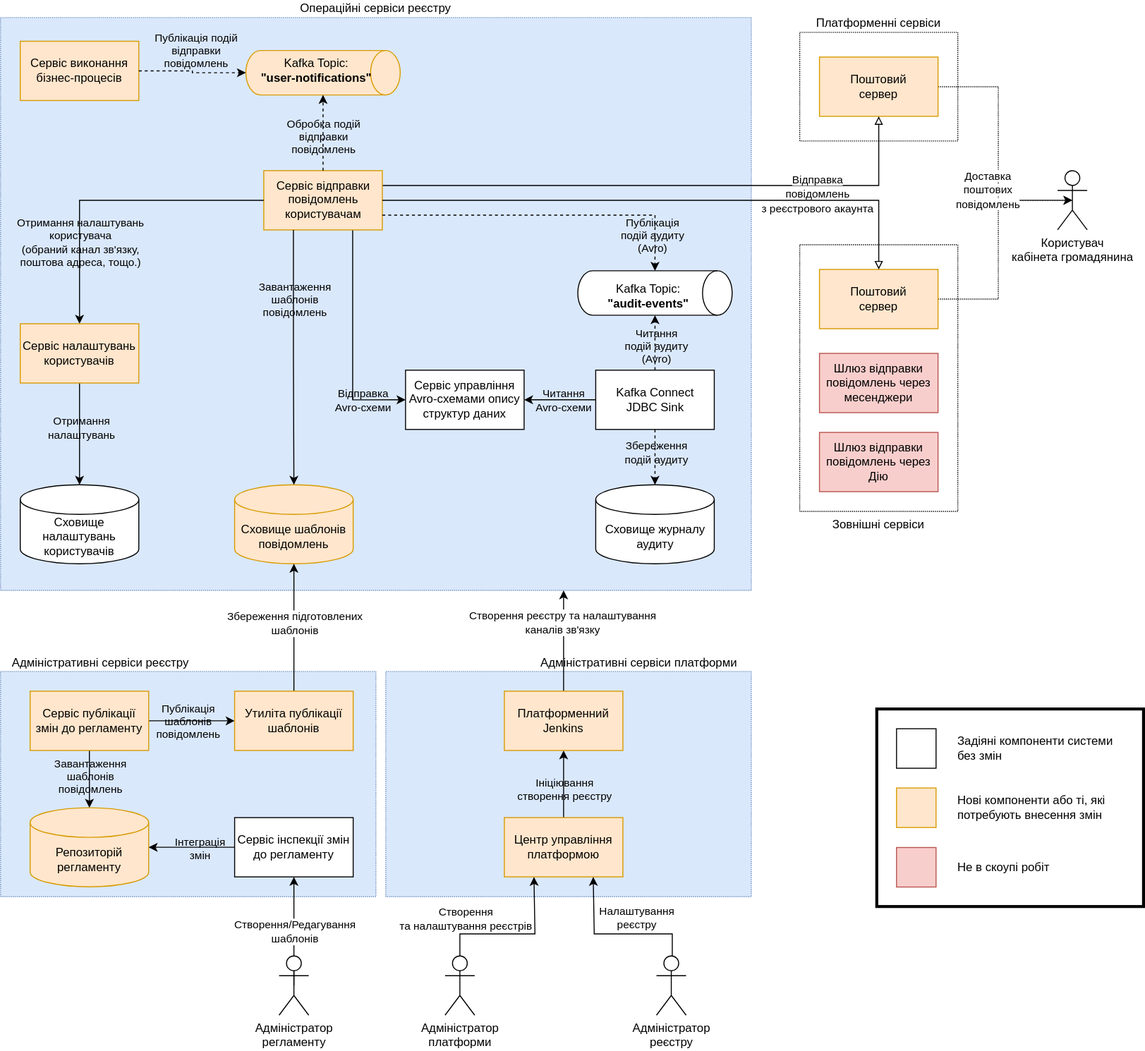
Before: modules/tech/images/lowcode/notifications/notifications-design.svg, a diagram exported from draw.io (epam/edp-ddm-architecture). Source tidied: cells renumbered, new cells last; positions are measured from the earlier drawing's top-left corner, leaving out a move shared by most shapes.
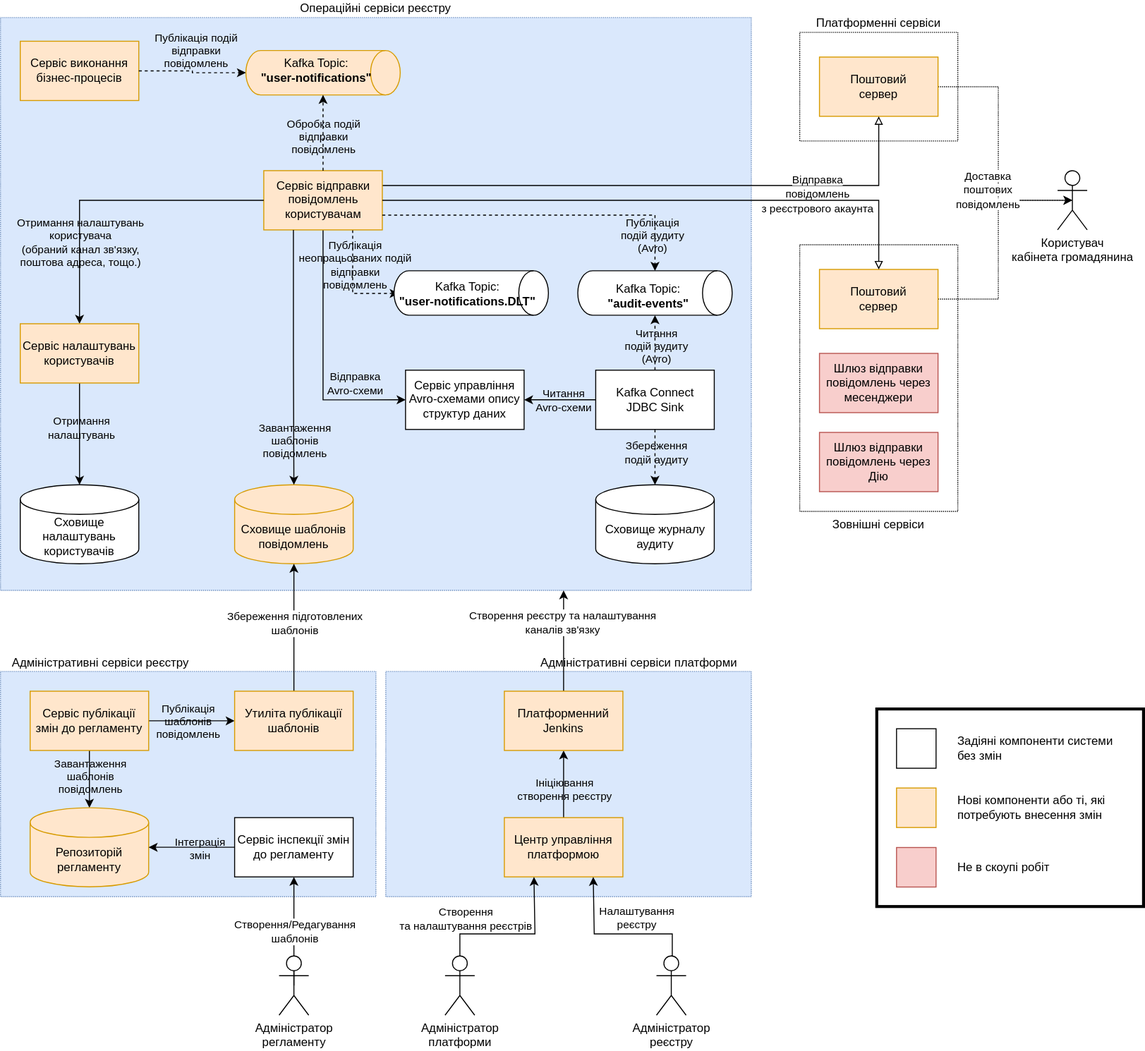
After the commit.

Commit message:
[MDTUDDM-12263] User notifications tech design

The edit, as a diff of the source:
```diff
@@ -22,14 +22,20 @@
     <mxCell id="6" style="edgeStyle=orthogonalEdgeStyle;rounded=0;jettySize=auto;html=1;exitX=1;exitY=0.25;exitDx=0;exitDy=0;endArrow=block;endFill=0;" parent="1" edge="1" source="9" target="5">
       <mxGeometry relative="1" as="geometry" />
     </mxCell>
-    <mxCell id="7" style="edgeStyle=orthogonalEdgeStyle;rounded=0;jettySize=auto;html=1;entryX=0;entryY=0.5;entryDx=0;entryDy=0;exitX=0.75;exitY=1;exitDx=0;exitDy=0;" parent="1" edge="1" source="9" target="74">
+    <mxCell id="7" style="edgeStyle=orthogonalEdgeStyle;rounded=0;jettySize=auto;html=1;entryX=0;entryY=0.5;entryDx=0;entryDy=0;exitX=0.5;exitY=1;exitDx=0;exitDy=0;" parent="1" edge="1" source="9" target="74">
       <mxGeometry relative="1" as="geometry" />
     </mxCell>
     <mxCell id="8" value="Відправка &lt;br&gt;Avro-схеми" style="edgeLabel;html=1;align=center;verticalAlign=middle;labelBackgroundColor=none;" parent="7" vertex="1">
       <mxGeometry x="0.04" y="2" relative="1" as="geometry">
-        <mxPoint x="8" y="55" as="offset" />
+        <mxPoint x="30" y="22" as="offset" />
       </mxGeometry>
     </mxCell>
+    <mxCell id="86" style="edgeStyle=orthogonalEdgeStyle;rounded=0;jettySize=auto;html=1;entryX=0;entryY=0.5;entryDx=0;entryDy=0;dashed=1;exitX=0.75;exitY=1;exitDx=0;exitDy=0;" parent="1" edge="1" source="9" target="89">
+      <mxGeometry relative="1" as="geometry" />
+    </mxCell>
+    <mxCell id="87" value="&lt;span&gt;Публікація &lt;br&gt;неопрацьованих подій&lt;/span&gt;&lt;br&gt;&lt;span&gt;відправки&lt;/span&gt;&lt;br&gt;&lt;span&gt;повідомлень&lt;/span&gt;" style="edgeLabel;html=1;align=center;verticalAlign=middle;labelBackgroundColor=none;" parent="86" vertex="1">
+      <mxGeometry x="-0.37" y="2" relative="1" as="geometry" />
+    </mxCell>
     <mxCell id="9" value="Сервіс відправки повідомлень користувачам" style="rounded=0;whiteSpace=wrap;html=1;fillColor=#ffe6cc;strokeColor=#d79b00;" parent="1" vertex="1">
       <mxGeometry x="266.5" y="177.2" width="120" height="60" as="geometry" />
     </mxCell>
@@ -168,7 +174,7 @@
     </mxCell>
     <mxCell id="45" value="Завантаження &lt;br&gt;шаблонів &lt;br&gt;повідомлень" style="edgeLabel;html=1;align=center;verticalAlign=middle;labelBackgroundColor=none;" parent="44" vertex="1">
       <mxGeometry x="-0.04" y="1" relative="1" as="geometry">
-        <mxPoint y="-54" as="offset" />
+        <mxPoint y="89" as="offset" />
       </mxGeometry>
     </mxCell>
     <mxCell id="46" style="edgeStyle=orthogonalEdgeStyle;rounded=0;jettySize=auto;html=1;entryX=1;entryY=0.5;entryDx=0;entryDy=0;entryPerimeter=0;dashed=1;" parent="1" edge="1" source="52" target="40">
@@ -316,5 +322,11 @@
     <mxCell id="85" value="Адміністратор &lt;br&gt;реєстру" style="shape=umlActor;verticalLabelPosition=bottom;verticalAlign=top;html=1;outlineConnect=0;" parent="1" vertex="1">
       <mxGeometry x="664" y="972.2" width="30" height="60" as="geometry" />
     </mxCell>
+    <mxCell id="88" style="shape=cylinder3;whiteSpace=wrap;html=1;boundedLbl=1;backgroundOutline=1;size=15;rotation=90;" parent="1" vertex="1">
+      <mxGeometry x="454" y="223" width="45" height="156.2" as="geometry" />
+    </mxCell>
+    <mxCell id="89" value="Kafka Topic: &lt;br&gt;&lt;b&gt;&quot;user-notifications.DLT&quot;&lt;/b&gt;" style="text;html=1;align=center;verticalAlign=middle;whiteSpace=wrap;rounded=0;" parent="1" vertex="1">
+      <mxGeometry x="403" y="285.1" width="140" height="32.9" as="geometry" />
+    </mxCell>
   </root>
 </mxGraphModel>
```
